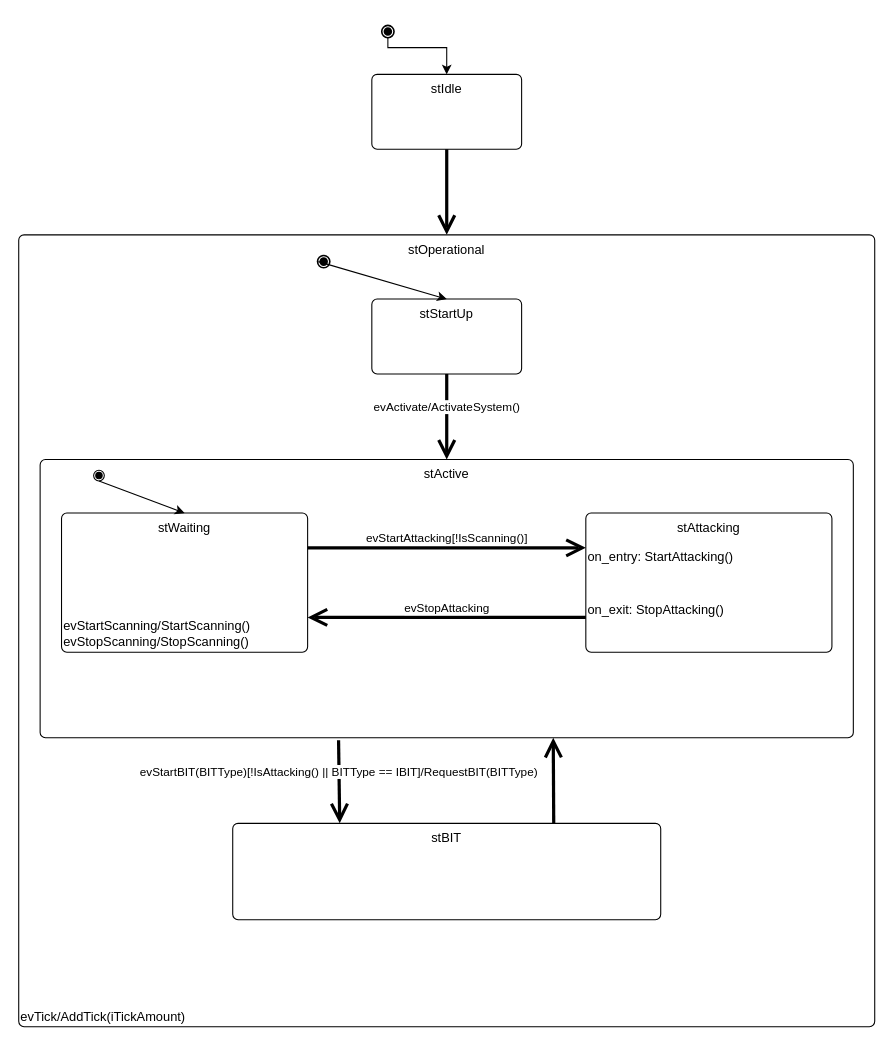
This is example/ea_manager.drawio from KadirEmreAVCI/HSM, a draw.io file, before an edit. Source tidied: cells renumbered, new cells numbered last; positions are measured from the earlier drawing's top-left corner, leaving out a move shared by most shapes. Both pictures are drawn from the tidied source at 107%, with x=0, y=0 at pixel (18, 26).
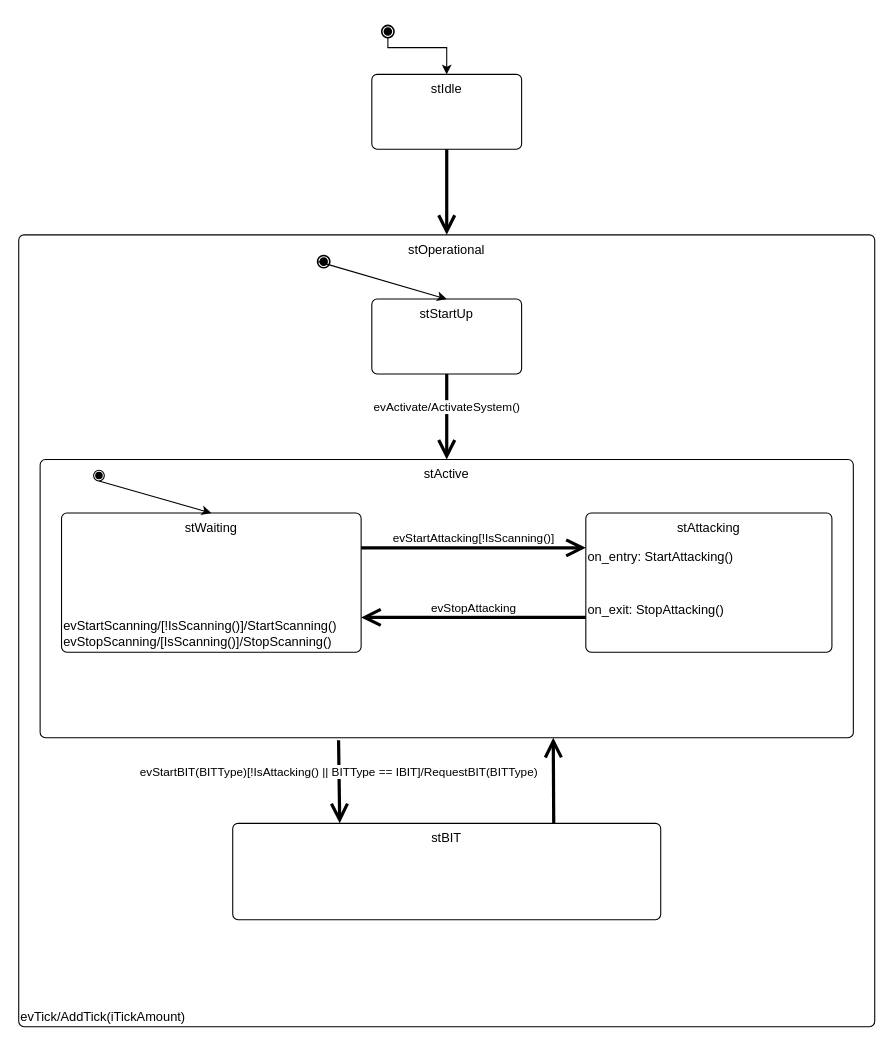
The same page after the edit.

Commit message (it also covers changes not shown here):
Internal transition guard has been demonstrated in ea_manager.png.

Change to the diagram source:
```diff
@@
     <mxCell id="10" value="stWaiting" style="html=1;align=center;verticalAlign=top;rounded=1;absoluteArcSize=1;arcSize=10;dashed=0;whiteSpace=wrap;" parent="1" vertex="1">
-      <mxGeometry x="40" y="455" width="230" height="130" as="geometry" />
+      <mxGeometry x="40" y="455" width="280" height="130" as="geometry" />
     </mxCell>
@@
-    <mxCell id="12" value="evStartScanning/StartScanning()&lt;div&gt;evStopScanning/StopScanning()&lt;/div&gt;" style="text;html=1;whiteSpace=wrap;strokeColor=none;fillColor=none;align=left;verticalAlign=bottom;rounded=0;" parent="1" vertex="1">
+    <mxCell id="12" value="evStartScanning/[!IsScanning()]/StartScanning()&lt;div&gt;evStopScanning/&lt;span style=&quot;background-color: transparent; color: light-dark(rgb(0, 0, 0), rgb(255, 255, 255));&quot;&gt;[IsScanning()]/&lt;/span&gt;&lt;span style=&quot;background-color: transparent; color: light-dark(rgb(0, 0, 0), rgb(255, 255, 255));&quot;&gt;StopScanning()&lt;/span&gt;&lt;/div&gt;" style="text;html=1;whiteSpace=wrap;strokeColor=none;fillColor=none;align=left;verticalAlign=bottom;rounded=0;" parent="1" vertex="1">
       <mxGeometry x="40" y="555" width="230" height="30" as="geometry" />
     </mxCell>
```
